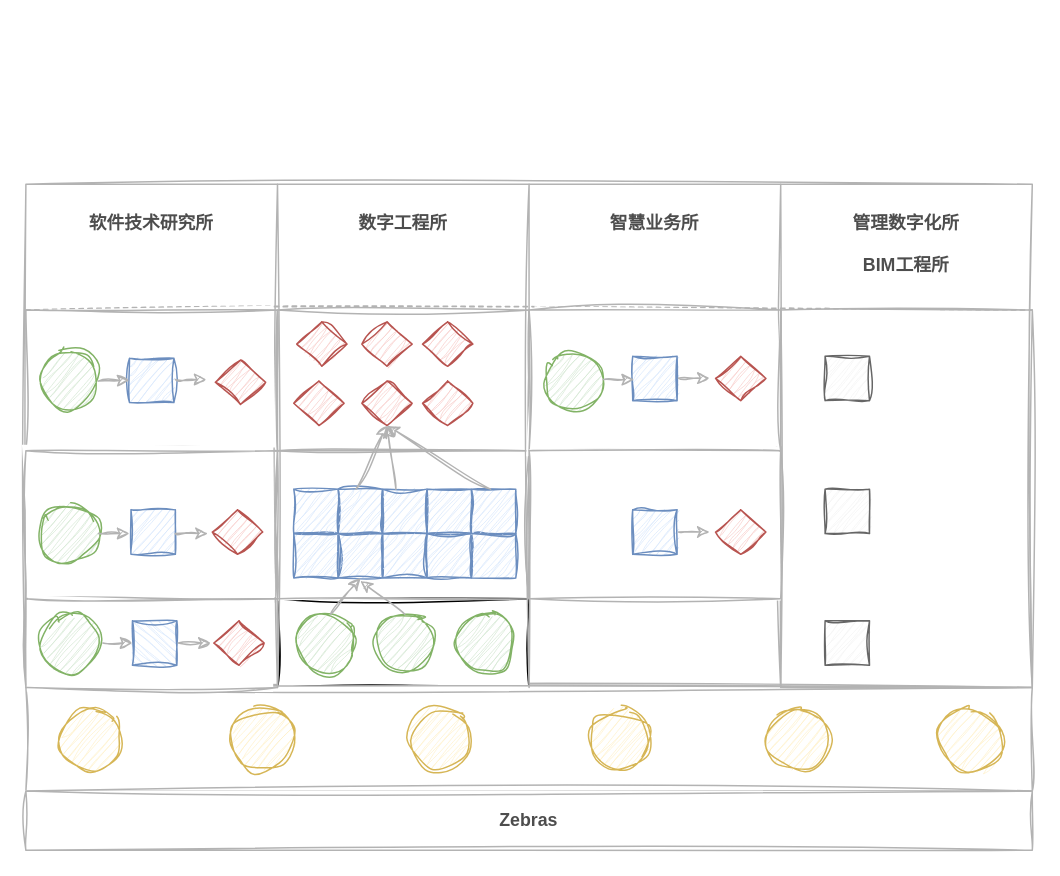
The draw.io diagram 低代码—项目背景.drawio in tangyaosimida/love, before the edit. Source tidied: cells renumbered, new cells numbered last; positions are measured from the earlier drawing's top-left corner, leaving out a move shared by most shapes. Both pictures are drawn from the tidied source at 148%, with x=0, y=0 at pixel (25, 184).
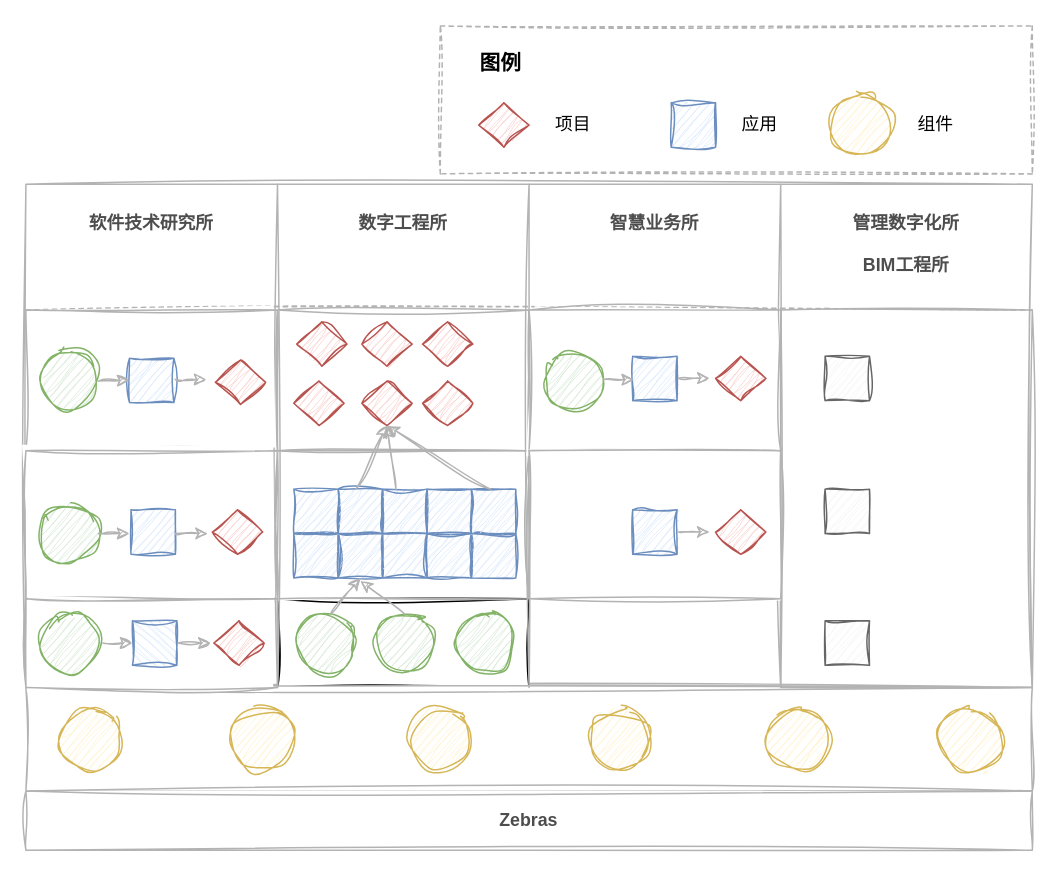
The same page after the edit.

Commit message (it also covers changes not shown here):
更新低代码—项目背景.drawio

The edit, as a diff of the source:
```diff
@@
+    <mxCell id="79" style="rounded=0;whiteSpace=wrap;html=1;dashed=1;strokeColor=#B3B3B3;sketch=1;curveFitting=1;jiggle=2;" parent="1" vertex="1">
+      <mxGeometry x="280" y="-107" width="400" height="100" as="geometry" />
+    </mxCell>
@@
+    <mxCell id="80" style="rounded=0;whiteSpace=wrap;html=1;fillColor=#dae8fc;strokeColor=#6c8ebf;sketch=1;curveFitting=1;jiggle=2;" parent="1" vertex="1">
+      <mxGeometry x="436" y="-55" width="30" height="30" as="geometry" />
+    </mxCell>
+    <mxCell id="81" style="rhombus;whiteSpace=wrap;html=1;fillColor=#f8cecc;strokeColor=#b85450;sketch=1;curveFitting=1;jiggle=2;" parent="1" vertex="1">
+      <mxGeometry x="306" y="-55" width="34" height="30" as="geometry" />
+    </mxCell>
+    <mxCell id="82" style="ellipse;whiteSpace=wrap;html=1;fillColor=#fff2cc;strokeColor=#d6b656;sketch=1;curveFitting=1;jiggle=2;" parent="1" vertex="1">
+      <mxGeometry x="542.5" y="-61.2" width="42.5" height="42.5" as="geometry" />
+    </mxCell>
+    <mxCell id="83" value="项目" style="text;html=1;strokeColor=none;fillColor=none;align=center;verticalAlign=middle;whiteSpace=wrap;rounded=0;" parent="1" vertex="1">
+      <mxGeometry x="340" y="-55" width="60" height="30" as="geometry" />
+    </mxCell>
+    <mxCell id="84" value="应用" style="text;html=1;strokeColor=none;fillColor=none;align=center;verticalAlign=middle;whiteSpace=wrap;rounded=0;" parent="1" vertex="1">
+      <mxGeometry x="466" y="-55" width="60" height="30" as="geometry" />
+    </mxCell>
+    <mxCell id="85" value="组件" style="text;html=1;strokeColor=none;fillColor=none;align=center;verticalAlign=middle;whiteSpace=wrap;rounded=0;" parent="1" vertex="1">
+      <mxGeometry x="585" y="-55" width="60" height="30" as="geometry" />
+    </mxCell>
+    <mxCell id="86" value="&lt;font style=&quot;font-size: 14px;&quot;&gt;图例&lt;/font&gt;" style="text;html=1;strokeColor=none;fillColor=none;align=center;verticalAlign=middle;whiteSpace=wrap;rounded=0;fontStyle=1;" parent="1" vertex="1">
+      <mxGeometry x="291" y="-97" width="60" height="30" as="geometry" />
+    </mxCell>
```
